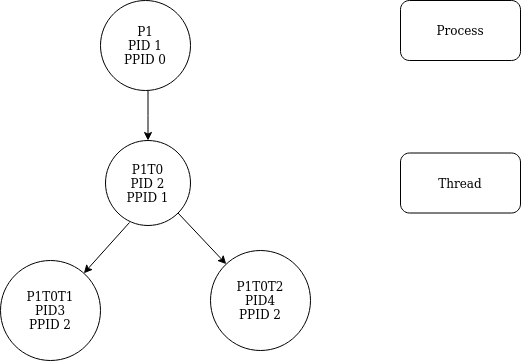
Before: process-tree.png, a diagram exported from draw.io (mayank171986/Amazon-Apparel-Recommendation). Source tidied: cells renumbered, new cells last; positions are measured from the earlier drawing's top-left corner, leaving out a move shared by most shapes.
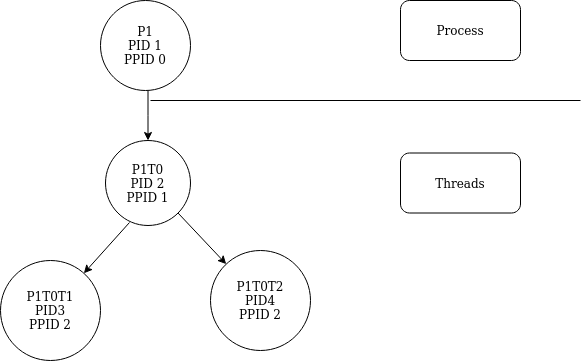
Later version of the same file.

What changed in the source:
```diff
@@ -30,8 +30,14 @@
     <mxCell id="9" value="Process" style="rounded=1;whiteSpace=wrap;html=1;" parent="1" vertex="1">
       <mxGeometry x="400" width="120" height="60" as="geometry" />
     </mxCell>
-    <mxCell id="10" value="Thread" style="rounded=1;whiteSpace=wrap;html=1;" parent="1" vertex="1">
+    <mxCell id="10" value="Threads" style="rounded=1;whiteSpace=wrap;html=1;" parent="1" vertex="1">
       <mxGeometry x="400" y="152.5" width="120" height="60" as="geometry" />
     </mxCell>
+    <mxCell id="11" style="endArrow=none;html=1;" parent="1" edge="1">
+      <mxGeometry relative="1" as="geometry">
+        <mxPoint x="150" y="100" as="sourcePoint" />
+        <mxPoint x="580" y="100" as="targetPoint" />
+      </mxGeometry>
+    </mxCell>
   </root>
 </mxGraphModel>
```
